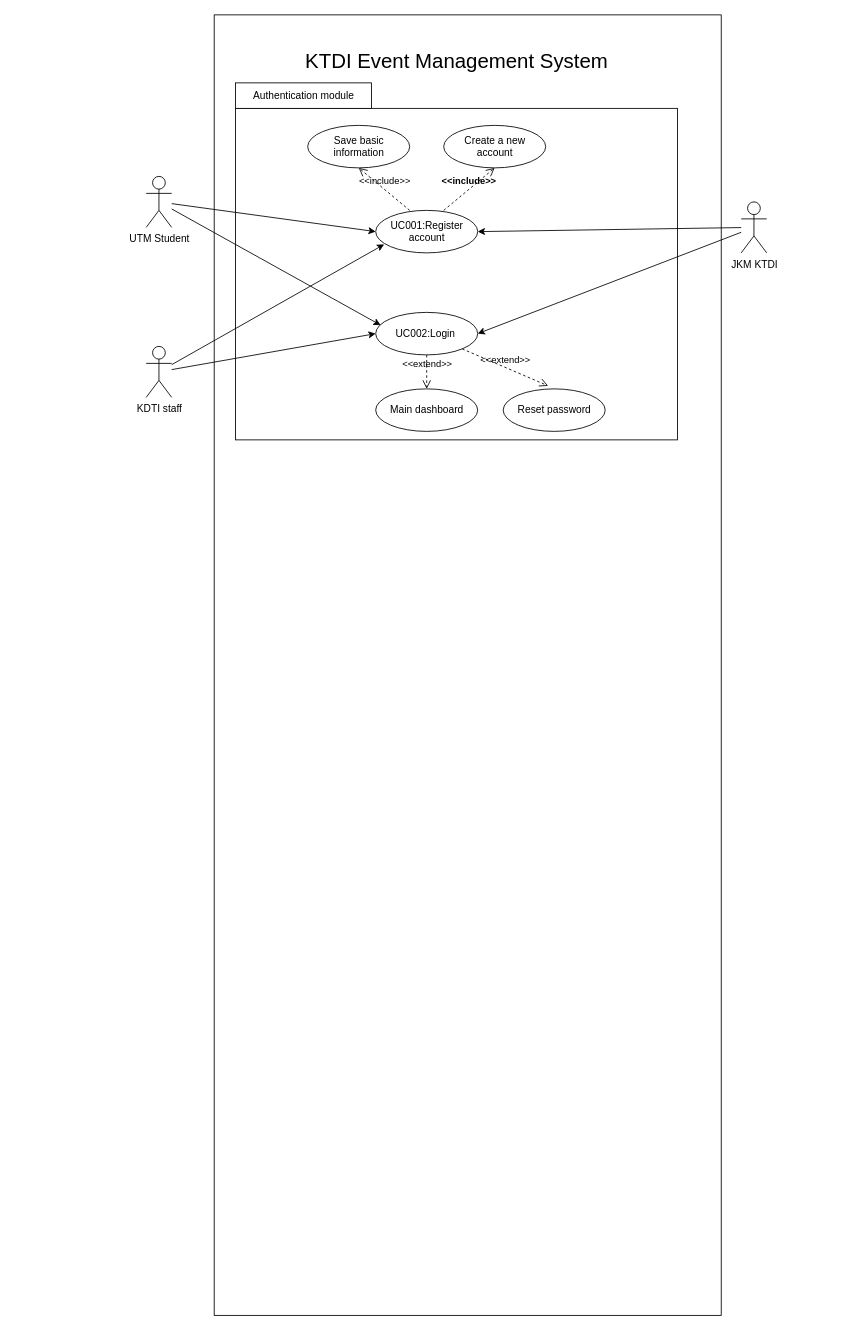
Before: page "Overall use case diagram" (11 of 13) of project/drawio/Curiousity/UML.drawio in drshahizan/software-engineering, a draw.io diagram. Source tidied: cells renumbered, new cells numbered last; positions are measured from the earlier drawing's top-left corner, leaving out a move shared by most shapes. Both pictures are drawn from the tidied source at 85%, with x=0, y=0 at pixel (146, 14).
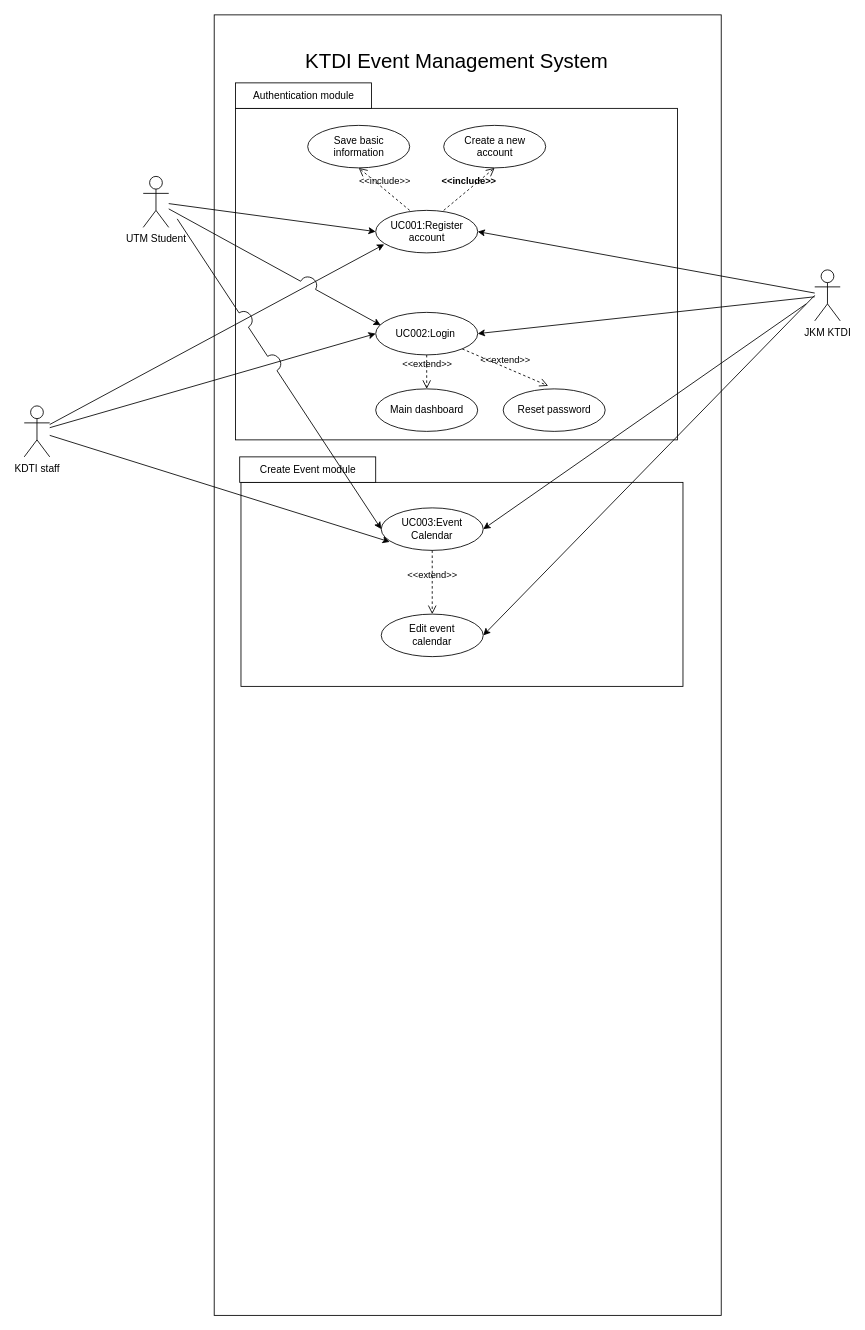
The same diagram, later.

Unchanged cells that the change refers to:
```xml
<mxCell id="7" style="ellipse;whiteSpace=wrap;html=1;" parent="6" vertex="1">
  <mxGeometry width="120" height="50" as="geometry" />
</mxCell>
```

Diff of the diagram source:
```diff
@@
     <mxCell id="4" value="UTM Student" style="shape=umlActor;verticalLabelPosition=bottom;verticalAlign=top;html=1;outlineConnect=0;" parent="1" vertex="1">
-      <mxGeometry x="-0.5" y="190" width="30" height="60" as="geometry" />
+      <mxGeometry x="-4" y="190" width="30" height="60" as="geometry" />
     </mxCell>
@@
     <mxCell id="11" value="JKM KTDI" style="shape=umlActor;verticalLabelPosition=bottom;verticalAlign=top;html=1;outlineConnect=0;" parent="1" vertex="1">
-      <mxGeometry x="699.5" y="220" width="30" height="60" as="geometry" />
+      <mxGeometry x="786" y="300" width="30" height="60" as="geometry" />
     </mxCell>
@@
     <mxCell id="14" value="KDTI staff" style="shape=umlActor;verticalLabelPosition=bottom;verticalAlign=top;html=1;outlineConnect=0;" parent="1" vertex="1">
-      <mxGeometry x="-0.5" y="390" width="30" height="60" as="geometry" />
+      <mxGeometry x="-144" y="460" width="30" height="60" as="geometry" />
     </mxCell>
@@
-    <mxCell id="26" style="edgeStyle=none;html=1;entryX=0.049;entryY=0.301;entryDx=0;entryDy=0;entryPerimeter=0;" parent="1" edge="1" source="4" target="7">
+    <mxCell id="26" style="edgeStyle=none;html=1;entryX=0.049;entryY=0.301;entryDx=0;entryDy=0;entryPerimeter=0;jumpStyle=arc;jumpSize=20;" parent="1" edge="1" source="4" target="7">
       <mxGeometry relative="1" as="geometry" />
     </mxCell>
@@
+    <mxCell id="37" style="rounded=0;whiteSpace=wrap;html=1;" parent="1" vertex="1">
+      <mxGeometry x="111" y="550" width="520" height="240" as="geometry" />
+    </mxCell>
+    <mxCell id="38" style="edgeStyle=none;html=1;entryX=1;entryY=0.5;entryDx=0;entryDy=0;" parent="1" edge="1" target="46">
+      <mxGeometry relative="1" as="geometry">
+        <mxPoint x="786" y="330" as="sourcePoint" />
+      </mxGeometry>
+    </mxCell>
+    <mxCell id="39" style="edgeStyle=none;html=1;entryX=1;entryY=0.5;entryDx=0;entryDy=0;" parent="1" edge="1" target="42">
+      <mxGeometry relative="1" as="geometry">
+        <mxPoint x="776" y="340" as="sourcePoint" />
+      </mxGeometry>
+    </mxCell>
+    <mxCell id="40" value="Create Event module" style="whiteSpace=wrap;html=1;" parent="1" vertex="1">
+      <mxGeometry x="109.5" y="520" width="160" height="30" as="geometry" />
+    </mxCell>
+    <mxCell id="41" style="group;" parent="1" vertex="1">
+      <mxGeometry x="276" y="580" width="120" height="50" as="geometry" />
+    </mxCell>
+    <mxCell id="42" style="ellipse;whiteSpace=wrap;html=1;" parent="41" vertex="1">
+      <mxGeometry width="120" height="50" as="geometry" />
+    </mxCell>
+    <mxCell id="43" value="UC003:Event Calendar" style="text;strokeColor=none;align=center;fillColor=none;html=1;verticalAlign=middle;whiteSpace=wrap;rounded=0;" parent="41" vertex="1">
+      <mxGeometry x="10" y="10" width="100" height="30" as="geometry" />
+    </mxCell>
+    <mxCell id="44" style="edgeStyle=none;html=1;entryX=0;entryY=0.5;entryDx=0;entryDy=0;jumpStyle=arc;jumpSize=20;" parent="1" edge="1" target="42">
+      <mxGeometry relative="1" as="geometry">
+        <mxPoint x="36" y="240" as="sourcePoint" />
+      </mxGeometry>
+    </mxCell>
+    <mxCell id="45" style="group;" parent="1" vertex="1">
+      <mxGeometry x="276" y="705" width="120" height="50" as="geometry" />
+    </mxCell>
+    <mxCell id="46" style="ellipse;whiteSpace=wrap;html=1;" parent="45" vertex="1">
+      <mxGeometry width="120" height="50" as="geometry" />
+    </mxCell>
+    <mxCell id="47" value="Edit event calendar" style="text;strokeColor=none;align=center;fillColor=none;html=1;verticalAlign=middle;whiteSpace=wrap;rounded=0;" parent="45" vertex="1">
+      <mxGeometry x="10" y="10" width="100" height="30" as="geometry" />
+    </mxCell>
+    <mxCell id="48" value="&amp;lt;&amp;lt;extend&amp;gt;&amp;gt;" style="endArrow=open;startArrow=none;endFill=0;startFill=0;endSize=8;html=1;verticalAlign=bottom;dashed=1;labelBackgroundColor=none;exitX=0.5;exitY=1;exitDx=0;exitDy=0;entryX=0.5;entryY=0;entryDx=0;entryDy=0;" parent="1" edge="1" source="42" target="46">
+      <mxGeometry relative="1" as="geometry" />
+    </mxCell>
+    <mxCell id="49" style="edgeStyle=none;jumpStyle=arc;jumpSize=20;html=1;entryX=0;entryY=1;entryDx=0;entryDy=0;" parent="1" edge="1" source="14" target="43">
+      <mxGeometry relative="1" as="geometry" />
+    </mxCell>
```
